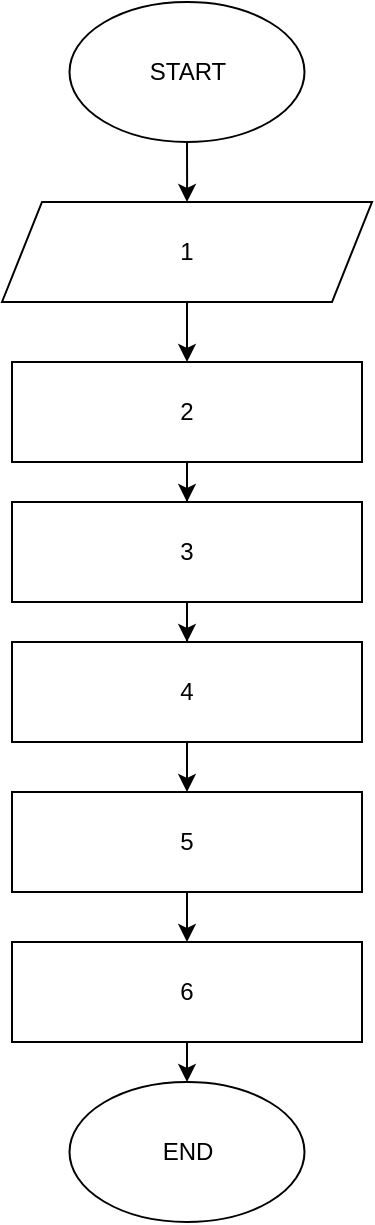
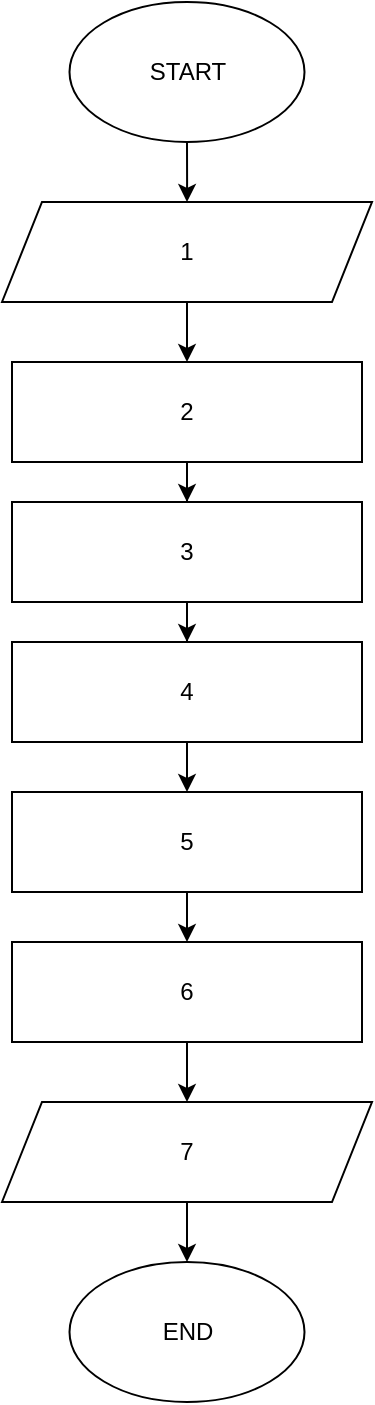
<mxfile host="app.diagrams.net">
  <diagram name="Page-1" id="DZQpwDG2AguKfzWeCMCz">
-     <mxGraphModel dx="1832" dy="1016" grid="1" gridSize="10" guides="1" tooltips="1" connect="1" arrows="1" fold="1" page="1" pageScale="1" pageWidth="850" pageHeight="1100" math="0" shadow="0">
+     <mxGraphModel dx="665" dy="424" grid="1" gridSize="10" guides="1" tooltips="1" connect="1" arrows="1" fold="1" page="1" pageScale="1" pageWidth="850" pageHeight="1100" math="0" shadow="0">
      <root>
        <mxCell id="0" />
        <mxCell id="1" parent="0" />
        <mxCell id="kQ8cNT2L98zMurMp1pFD-1" edge="1" parent="1" source="kQ8cNT2L98zMurMp1pFD-2" style="edgeStyle=orthogonalEdgeStyle;rounded=0;orthogonalLoop=1;jettySize=auto;html=1;" target="kQ8cNT2L98zMurMp1pFD-5" value="">
          <mxGeometry relative="1" as="geometry" />
        </mxCell>
        <mxCell id="kQ8cNT2L98zMurMp1pFD-2" parent="1" style="ellipse;whiteSpace=wrap;html=1;" value="START" vertex="1">
          <mxGeometry height="70" width="117.5" x="113.75" y="20" as="geometry" />
        </mxCell>
        <mxCell id="kQ8cNT2L98zMurMp1pFD-3" parent="1" style="ellipse;whiteSpace=wrap;html=1;" value="END" vertex="1">
-           <mxGeometry height="70" width="117.5" x="113.75" y="560" as="geometry" />
+           <mxGeometry height="70" width="117.5" x="113.75" y="650" as="geometry" />
        </mxCell>
        <mxCell id="kQ8cNT2L98zMurMp1pFD-4" edge="1" parent="1" source="kQ8cNT2L98zMurMp1pFD-5" style="edgeStyle=orthogonalEdgeStyle;rounded=0;orthogonalLoop=1;jettySize=auto;html=1;" target="kQ8cNT2L98zMurMp1pFD-7" value="">
          <mxGeometry relative="1" as="geometry" />
        </mxCell>
        <mxCell id="kQ8cNT2L98zMurMp1pFD-5" parent="1" style="shape=parallelogram;perimeter=parallelogramPerimeter;whiteSpace=wrap;html=1;fixedSize=1;" value="1" vertex="1">
          <mxGeometry height="50" width="185" x="80" y="120" as="geometry" />
        </mxCell>
        <mxCell id="kQ8cNT2L98zMurMp1pFD-6" edge="1" parent="1" source="kQ8cNT2L98zMurMp1pFD-7" style="edgeStyle=orthogonalEdgeStyle;rounded=0;orthogonalLoop=1;jettySize=auto;html=1;" target="kQ8cNT2L98zMurMp1pFD-9" value="">
          <mxGeometry relative="1" as="geometry" />
        </mxCell>
        <mxCell id="kQ8cNT2L98zMurMp1pFD-7" parent="1" style="rounded=0;whiteSpace=wrap;html=1;" value="2" vertex="1">
          <mxGeometry height="50" width="175" x="85" y="200" as="geometry" />
        </mxCell>
        <mxCell id="kQ8cNT2L98zMurMp1pFD-8" edge="1" parent="1" source="kQ8cNT2L98zMurMp1pFD-9" style="edgeStyle=orthogonalEdgeStyle;rounded=0;orthogonalLoop=1;jettySize=auto;html=1;" target="kQ8cNT2L98zMurMp1pFD-11" value="">
          <mxGeometry relative="1" as="geometry" />
        </mxCell>
        <mxCell id="kQ8cNT2L98zMurMp1pFD-9" parent="1" style="rounded=0;whiteSpace=wrap;html=1;" value="3" vertex="1">
          <mxGeometry height="50" width="175" x="85" y="270" as="geometry" />
        </mxCell>
        <mxCell id="kQ8cNT2L98zMurMp1pFD-10" edge="1" parent="1" source="kQ8cNT2L98zMurMp1pFD-11" style="edgeStyle=orthogonalEdgeStyle;rounded=0;orthogonalLoop=1;jettySize=auto;html=1;" target="kQ8cNT2L98zMurMp1pFD-13" value="">
          <mxGeometry relative="1" as="geometry" />
        </mxCell>
        <mxCell id="kQ8cNT2L98zMurMp1pFD-11" parent="1" style="rounded=0;whiteSpace=wrap;html=1;" value="4" vertex="1">
          <mxGeometry height="50" width="175" x="85" y="340" as="geometry" />
        </mxCell>
        <mxCell id="kQ8cNT2L98zMurMp1pFD-12" edge="1" parent="1" source="kQ8cNT2L98zMurMp1pFD-13" style="edgeStyle=orthogonalEdgeStyle;rounded=0;orthogonalLoop=1;jettySize=auto;html=1;" target="kQ8cNT2L98zMurMp1pFD-15" value="">
          <mxGeometry relative="1" as="geometry" />
        </mxCell>
        <mxCell id="kQ8cNT2L98zMurMp1pFD-13" parent="1" style="rounded=0;whiteSpace=wrap;html=1;" value="5" vertex="1">
          <mxGeometry height="50" width="175" x="85" y="415" as="geometry" />
        </mxCell>
-         <mxCell id="kQ8cNT2L98zMurMp1pFD-18" edge="1" parent="1" source="kQ8cNT2L98zMurMp1pFD-15" style="edgeStyle=orthogonalEdgeStyle;rounded=0;orthogonalLoop=1;jettySize=auto;html=1;" target="kQ8cNT2L98zMurMp1pFD-3" value="">
+         <mxCell id="OoGqAMPkZCWh-5zlqDz--2" edge="1" parent="1" source="kQ8cNT2L98zMurMp1pFD-15" style="edgeStyle=orthogonalEdgeStyle;rounded=0;orthogonalLoop=1;jettySize=auto;html=1;" target="OoGqAMPkZCWh-5zlqDz--1" value="">
          <mxGeometry relative="1" as="geometry" />
        </mxCell>
        <mxCell id="kQ8cNT2L98zMurMp1pFD-15" parent="1" style="rounded=0;whiteSpace=wrap;html=1;" value="6" vertex="1">
          <mxGeometry height="50" width="175" x="85" y="490" as="geometry" />
        </mxCell>
+         <mxCell id="OoGqAMPkZCWh-5zlqDz--3" edge="1" parent="1" source="OoGqAMPkZCWh-5zlqDz--1" style="edgeStyle=orthogonalEdgeStyle;rounded=0;orthogonalLoop=1;jettySize=auto;html=1;" target="kQ8cNT2L98zMurMp1pFD-3" value="">
+           <mxGeometry relative="1" as="geometry" />
+         </mxCell>
+         <mxCell id="OoGqAMPkZCWh-5zlqDz--1" parent="1" style="shape=parallelogram;perimeter=parallelogramPerimeter;whiteSpace=wrap;html=1;fixedSize=1;" value="7" vertex="1">
+           <mxGeometry height="50" width="185" x="80" y="570" as="geometry" />
+         </mxCell>
      </root>
    </mxGraphModel>
  </diagram>
</mxfile>
